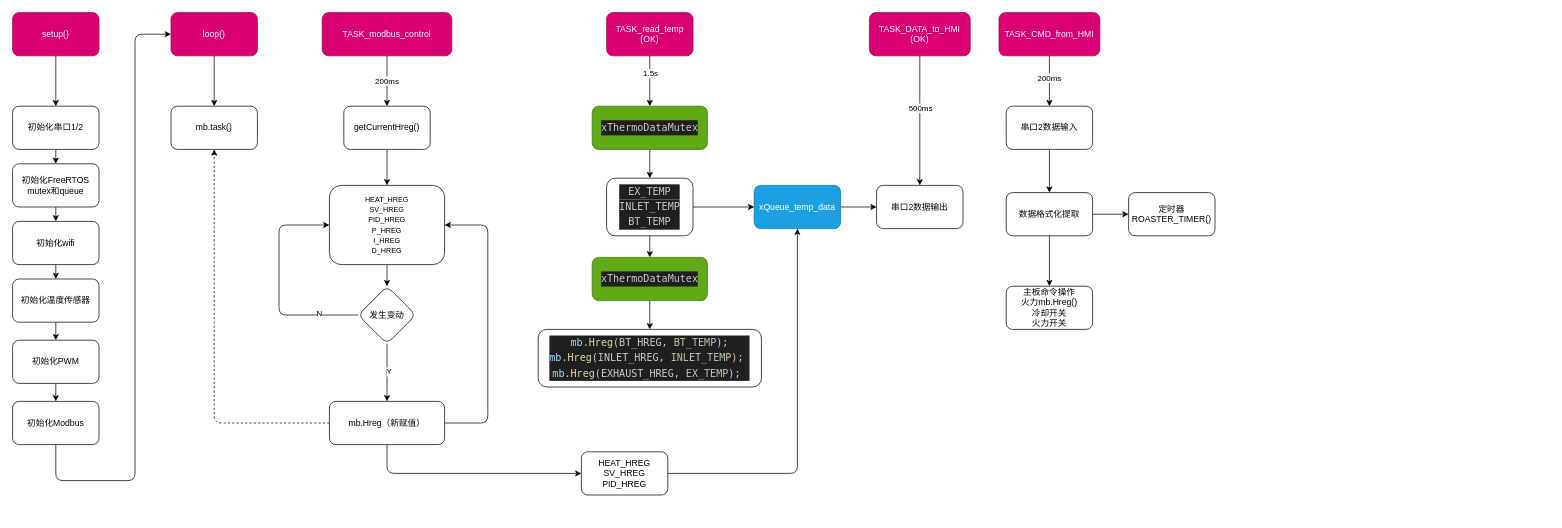
Earlier version of the draw.io diagram HB-controller/src/flow.drawio (sakunamary/HB-controller). Source tidied: cells renumbered, new cells numbered last; positions are measured from the earlier drawing's top-left corner, leaving out a move shared by most shapes. Both pictures are drawn from the tidied source at 72%, with x=0, y=0 at pixel (12, 12).
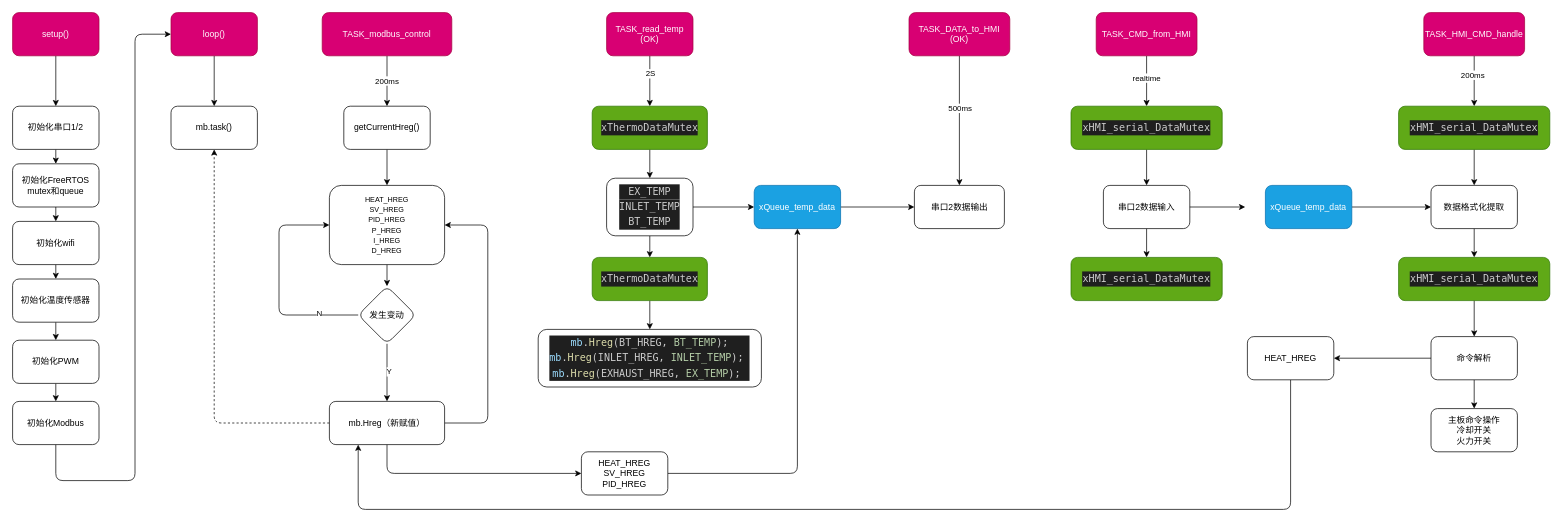
After the change.

Unchanged cells that the change refers to:
```xml
<mxCell id="2" style="edgeStyle=none;html=1;exitX=0.5;exitY=1;exitDx=0;exitDy=0;" parent="1" edge="1" source="4" target="6">
  <mxGeometry relative="1" as="geometry" />
</mxCell>
<mxCell id="33" value="mb.Hreg（新赋值）" style="whiteSpace=wrap;html=1;rounded=1;" parent="1" vertex="1">
  <mxGeometry x="440" y="540" width="160" height="60" as="geometry" />
</mxCell>
<mxCell id="35" value="xQueue_temp_data" style="whiteSpace=wrap;html=1;rounded=1;fillColor=#1ba1e2;fontColor=#ffffff;strokeColor=#006EAF;" parent="1" vertex="1">
  <mxGeometry x="1030" y="240" width="120" height="60" as="geometry" />
</mxCell>
```

The edit, as a diff of the source:
```diff
@@
-    <mxCell id="3" value="1.5s" style="edgeLabel;html=1;align=center;verticalAlign=middle;" parent="2" vertex="1">
+    <mxCell id="3" value="2S" style="edgeLabel;html=1;align=center;verticalAlign=middle;" parent="2" vertex="1">
       <mxGeometry x="-0.33" relative="1" as="geometry">
         <mxPoint y="1" as="offset" />
       </mxGeometry>
     </mxCell>
@@
-    <mxCell id="22" style="edgeStyle=none;html=1;" parent="1" edge="1" source="24" target="38">
+    <mxCell id="22" style="edgeStyle=none;html=1;entryX=0.5;entryY=0;entryDx=0;entryDy=0;" parent="1" edge="1" source="24" target="38">
       <mxGeometry relative="1" as="geometry" />
     </mxCell>
@@
     <mxCell id="24" value="TASK_DATA_to_HMI&lt;br&gt;(OK)" style="rounded=1;whiteSpace=wrap;html=1;fillColor=#d80073;fontColor=#ffffff;strokeColor=#A50040;" parent="1" vertex="1">
-      <mxGeometry x="1190" width="140" height="60" as="geometry" />
+      <mxGeometry x="1245" width="140" height="60" as="geometry" />
     </mxCell>
@@
     <mxCell id="34" style="edgeStyle=none;html=1;exitX=1;exitY=0.5;exitDx=0;exitDy=0;entryX=0;entryY=0.5;entryDx=0;entryDy=0;" parent="1" edge="1" source="35" target="38">
-      <mxGeometry relative="1" as="geometry">
-        <Array as="points">
-          <mxPoint x="1190" y="270" />
-        </Array>
-      </mxGeometry>
+      <mxGeometry relative="1" as="geometry" />
     </mxCell>
@@
     <mxCell id="38" value="串口2数据输出" style="whiteSpace=wrap;html=1;rounded=1;" parent="1" vertex="1">
-      <mxGeometry x="1200" y="240" width="120" height="60" as="geometry" />
+      <mxGeometry x="1252.5" y="240" width="125" height="60" as="geometry" />
     </mxCell>
-    <mxCell id="39" style="edgeStyle=none;html=1;" parent="1" edge="1" source="41" target="43">
+    <mxCell id="39" style="edgeStyle=none;html=1;entryX=0.5;entryY=0;entryDx=0;entryDy=0;" parent="1" edge="1" source="41" target="67">
       <mxGeometry relative="1" as="geometry" />
     </mxCell>
-    <mxCell id="40" value="200ms" style="edgeLabel;html=1;align=center;verticalAlign=middle;" parent="39" vertex="1">
+    <mxCell id="40" value="realtime" style="edgeLabel;html=1;align=center;verticalAlign=middle;" parent="39" vertex="1">
       <mxGeometry x="-0.15" y="-1" relative="1" as="geometry" />
     </mxCell>
     <mxCell id="41" value="TASK_CMD_from_HMI" style="rounded=1;whiteSpace=wrap;html=1;fillColor=#d80073;fontColor=#ffffff;strokeColor=#A50040;" parent="1" vertex="1">
-      <mxGeometry x="1370" width="140" height="60" as="geometry" />
+      <mxGeometry x="1505" width="140" height="60" as="geometry" />
     </mxCell>
-    <mxCell id="42" style="edgeStyle=none;html=1;" parent="1" edge="1" source="43" target="60">
-      <mxGeometry relative="1" as="geometry" />
-    </mxCell>
+    <mxCell id="63" style="edgeStyle=none;html=1;exitX=0.5;exitY=1;exitDx=0;exitDy=0;entryX=0.5;entryY=0;entryDx=0;entryDy=0;" parent="1" edge="1" source="43" target="68">
+      <mxGeometry relative="1" as="geometry" />
+    </mxCell>
+    <mxCell id="64" style="edgeStyle=none;html=1;exitX=1;exitY=0.5;exitDx=0;exitDy=0;" parent="1" edge="1">
+      <mxGeometry relative="1" as="geometry">
+        <mxPoint x="1582" y="270" as="sourcePoint" />
+        <mxPoint x="1712" y="270" as="targetPoint" />
+      </mxGeometry>
+    </mxCell>
     <mxCell id="43" value="串口2数据输入" style="whiteSpace=wrap;html=1;rounded=1;" parent="1" vertex="1">
-      <mxGeometry x="1380" y="130" width="120" height="60" as="geometry" />
+      <mxGeometry x="1515" y="240" width="120" height="60" as="geometry" />
     </mxCell>
@@
-    <mxCell id="58" style="edgeStyle=none;html=1;" parent="1" edge="1" source="60" target="61">
-      <mxGeometry relative="1" as="geometry" />
-    </mxCell>
-    <mxCell id="59" style="edgeStyle=none;html=1;" parent="1" edge="1" source="60" target="62">
-      <mxGeometry relative="1" as="geometry" />
-    </mxCell>
+    <mxCell id="65" style="edgeStyle=none;html=1;exitX=0.5;exitY=1;exitDx=0;exitDy=0;" parent="1" edge="1" source="60" target="79">
+      <mxGeometry relative="1" as="geometry" />
+    </mxCell>
     <mxCell id="60" value="数据格式化提取" style="whiteSpace=wrap;html=1;rounded=1;" parent="1" vertex="1">
-      <mxGeometry x="1380" y="250" width="120" height="60" as="geometry" />
+      <mxGeometry x="1970" y="240" width="120" height="60" as="geometry" />
     </mxCell>
-    <mxCell id="61" value="主板命令操作&lt;br&gt;火力mb.Hreg()&lt;br&gt;冷却开关&lt;br&gt;火力开关" style="whiteSpace=wrap;html=1;rounded=1;" parent="1" vertex="1">
-      <mxGeometry x="1380" y="380" width="120" height="60" as="geometry" />
+    <mxCell id="61" value="主板命令操作&lt;br&gt;冷却开关&lt;br&gt;火力开关" style="whiteSpace=wrap;html=1;rounded=1;" parent="1" vertex="1">
+      <mxGeometry x="1970" y="550" width="120" height="60" as="geometry" />
     </mxCell>
-    <mxCell id="62" value="定时器ROASTER_TIMER()" style="whiteSpace=wrap;html=1;rounded=1;" parent="1" vertex="1">
-      <mxGeometry x="1550" y="250" width="120" height="60" as="geometry" />
-    </mxCell>
+    <mxCell id="66" style="edgeStyle=none;html=1;exitX=0.5;exitY=1;exitDx=0;exitDy=0;entryX=0.5;entryY=0;entryDx=0;entryDy=0;" parent="1" edge="1" source="67" target="43">
+      <mxGeometry relative="1" as="geometry" />
+    </mxCell>
+    <mxCell id="67" value="&lt;div style=&quot;color: rgb(204, 204, 204); background-color: rgb(31, 31, 31); font-family: Menlo, Menlo, Menlo, Menlo, Monaco, &amp;quot;Courier New&amp;quot;, monospace; font-size: 14px; line-height: 21px;&quot;&gt;xHMI_serial_DataMutex&lt;/div&gt;" style="whiteSpace=wrap;html=1;rounded=1;fillColor=#60a917;fontColor=#ffffff;strokeColor=#2D7600;" parent="1" vertex="1">
+      <mxGeometry x="1470" y="130" width="210" height="60" as="geometry" />
+    </mxCell>
+    <mxCell id="68" value="&lt;div style=&quot;color: rgb(204, 204, 204); background-color: rgb(31, 31, 31); font-family: Menlo, Menlo, Menlo, Menlo, Monaco, &amp;quot;Courier New&amp;quot;, monospace; font-size: 14px; line-height: 21px;&quot;&gt;xHMI_serial_DataMutex&lt;/div&gt;" style="whiteSpace=wrap;html=1;rounded=1;fillColor=#60a917;fontColor=#ffffff;strokeColor=#2D7600;" parent="1" vertex="1">
+      <mxGeometry x="1470" y="340" width="210" height="60" as="geometry" />
+    </mxCell>
+    <mxCell id="69" style="edgeStyle=none;html=1;exitX=0.5;exitY=1;exitDx=0;exitDy=0;entryX=0.25;entryY=1;entryDx=0;entryDy=0;" parent="1" edge="1" source="70" target="33">
+      <mxGeometry relative="1" as="geometry">
+        <Array as="points">
+          <mxPoint x="1775" y="690" />
+          <mxPoint x="480" y="690" />
+        </Array>
+      </mxGeometry>
+    </mxCell>
+    <mxCell id="70" value="HEAT_HREG" style="whiteSpace=wrap;html=1;rounded=1;" parent="1" vertex="1">
+      <mxGeometry x="1715" y="450" width="120" height="60" as="geometry" />
+    </mxCell>
+    <mxCell id="71" style="edgeStyle=none;html=1;exitX=0.5;exitY=1;exitDx=0;exitDy=0;entryX=0.5;entryY=0;entryDx=0;entryDy=0;" parent="1" edge="1" source="73" target="77">
+      <mxGeometry relative="1" as="geometry" />
+    </mxCell>
+    <mxCell id="72" value="200ms" style="edgeLabel;html=1;align=center;verticalAlign=middle;" parent="71" vertex="1">
+      <mxGeometry x="-0.25" y="-3" relative="1" as="geometry" />
+    </mxCell>
+    <mxCell id="73" value="TASK_HMI_CMD_handle" style="rounded=1;whiteSpace=wrap;html=1;fillColor=#d80073;fontColor=#ffffff;strokeColor=#A50040;" parent="1" vertex="1">
+      <mxGeometry x="1960" width="140" height="60" as="geometry" />
+    </mxCell>
+    <mxCell id="74" style="edgeStyle=none;html=1;exitX=1;exitY=0.5;exitDx=0;exitDy=0;entryX=0;entryY=0.5;entryDx=0;entryDy=0;" parent="1" edge="1" source="75" target="60">
+      <mxGeometry relative="1" as="geometry" />
+    </mxCell>
+    <mxCell id="75" value="xQueue_temp_data" style="whiteSpace=wrap;html=1;rounded=1;fillColor=#1ba1e2;fontColor=#ffffff;strokeColor=#006EAF;" parent="1" vertex="1">
+      <mxGeometry x="1740" y="240" width="120" height="60" as="geometry" />
+    </mxCell>
+    <mxCell id="76" style="edgeStyle=none;html=1;exitX=0.5;exitY=1;exitDx=0;exitDy=0;entryX=0.5;entryY=0;entryDx=0;entryDy=0;" parent="1" edge="1" source="77" target="60">
+      <mxGeometry relative="1" as="geometry" />
+    </mxCell>
+    <mxCell id="77" value="&lt;div style=&quot;color: rgb(204, 204, 204); background-color: rgb(31, 31, 31); font-family: Menlo, Menlo, Menlo, Menlo, Monaco, &amp;quot;Courier New&amp;quot;, monospace; font-size: 14px; line-height: 21px;&quot;&gt;xHMI_serial_DataMutex&lt;/div&gt;" style="whiteSpace=wrap;html=1;rounded=1;fillColor=#60a917;fontColor=#ffffff;strokeColor=#2D7600;" parent="1" vertex="1">
+      <mxGeometry x="1925" y="130" width="210" height="60" as="geometry" />
+    </mxCell>
+    <mxCell id="78" style="edgeStyle=none;html=1;exitX=0.5;exitY=1;exitDx=0;exitDy=0;" parent="1" edge="1" source="79" target="82">
+      <mxGeometry relative="1" as="geometry" />
+    </mxCell>
+    <mxCell id="79" value="&lt;div style=&quot;color: rgb(204, 204, 204); background-color: rgb(31, 31, 31); font-family: Menlo, Menlo, Menlo, Menlo, Monaco, &amp;quot;Courier New&amp;quot;, monospace; font-size: 14px; line-height: 21px;&quot;&gt;xHMI_serial_DataMutex&lt;/div&gt;" style="whiteSpace=wrap;html=1;rounded=1;fillColor=#60a917;fontColor=#ffffff;strokeColor=#2D7600;" parent="1" vertex="1">
+      <mxGeometry x="1925" y="340" width="210" height="60" as="geometry" />
+    </mxCell>
+    <mxCell id="80" style="edgeStyle=none;html=1;exitX=0.5;exitY=1;exitDx=0;exitDy=0;entryX=0.5;entryY=0;entryDx=0;entryDy=0;" parent="1" edge="1" source="82" target="61">
+      <mxGeometry relative="1" as="geometry" />
+    </mxCell>
+    <mxCell id="81" style="edgeStyle=none;html=1;exitX=0;exitY=0.5;exitDx=0;exitDy=0;entryX=1;entryY=0.5;entryDx=0;entryDy=0;" parent="1" edge="1" source="82" target="70">
+      <mxGeometry relative="1" as="geometry" />
+    </mxCell>
+    <mxCell id="82" value="命令解析" style="whiteSpace=wrap;html=1;rounded=1;" parent="1" vertex="1">
+      <mxGeometry x="1970" y="450" width="120" height="60" as="geometry" />
+    </mxCell>
```
